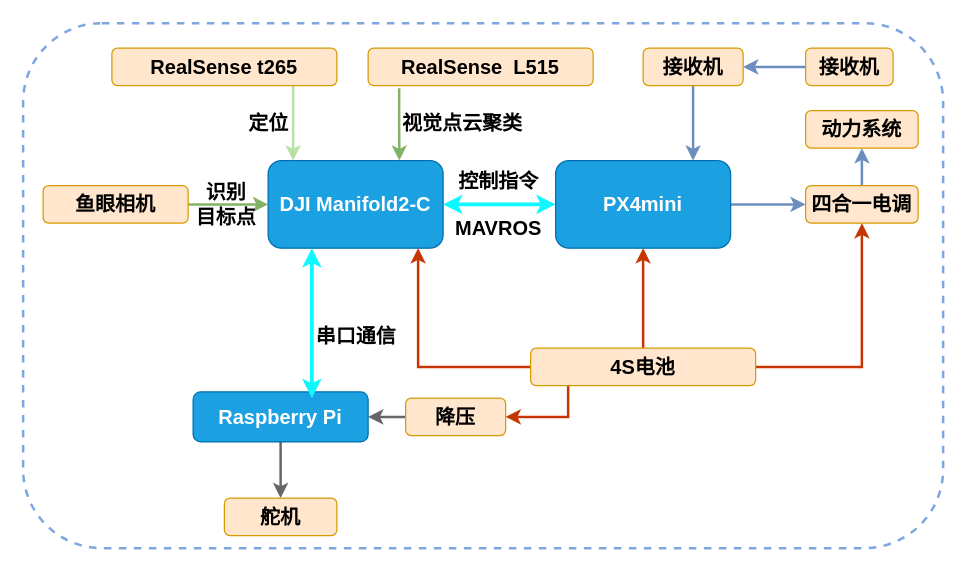
Above: Untitled Diagram.drawio in Dem-phi/Everlasting-HA.github.io (draw.io), before the change. Source tidied: cells renumbered, new cells numbered last; positions are measured from the earlier drawing's top-left corner, leaving out a move shared by most shapes. Both pictures are drawn from the tidied source at 125%, with x=0, y=0 at pixel (22, 22).
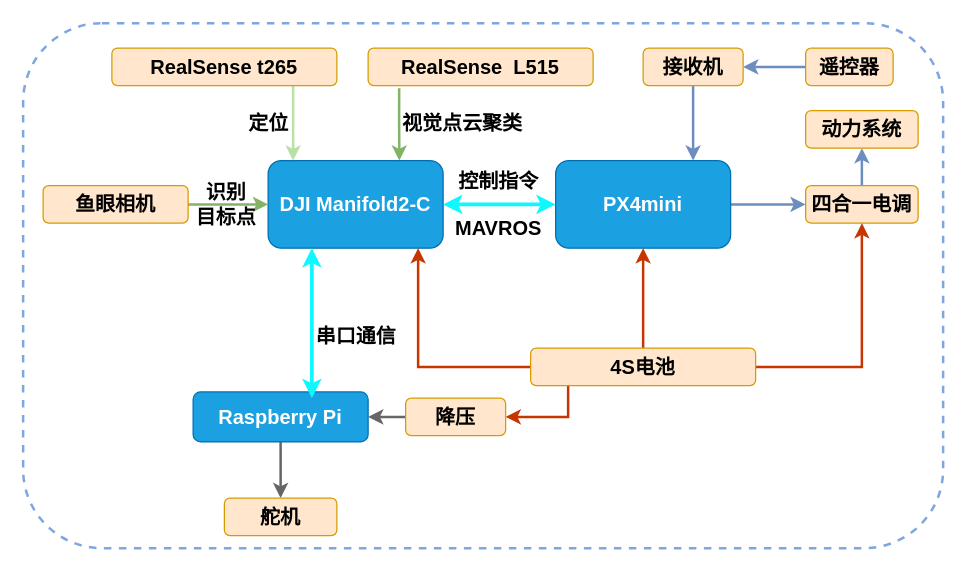
The same diagram, later.

The edit, as a diff of the source:
```diff
@@
-    <mxCell id="13" value="&lt;font color=&quot;#000000&quot;&gt;接收机&lt;/font&gt;" style="rounded=1;whiteSpace=wrap;html=1;fontSize=16;fillColor=#ffe6cc;strokeColor=#d79b00;fontStyle=1;" parent="1" vertex="1">
+    <mxCell id="13" value="&lt;font color=&quot;#000000&quot;&gt;遥控器&lt;/font&gt;" style="rounded=1;whiteSpace=wrap;html=1;fontSize=16;fillColor=#ffe6cc;strokeColor=#d79b00;fontStyle=1;" parent="1" vertex="1">
       <mxGeometry x="626" y="20" width="70" height="30" as="geometry" />
     </mxCell>
```
